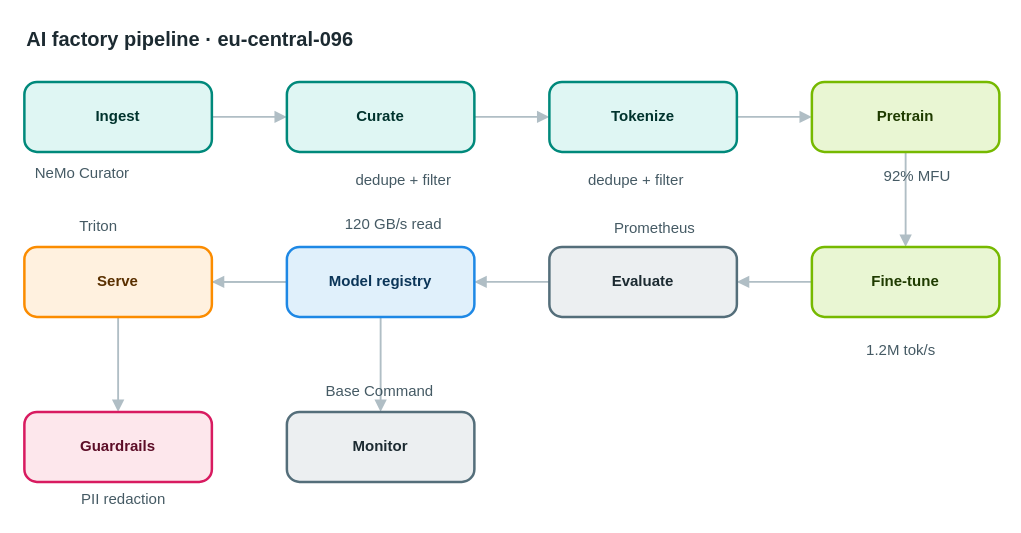
Earlier version of the draw.io diagram apps/web/public/samples/library/096-ai-factory-pipeline.drawio (AryanG01/open-apprentice). Source tidied: cells renumbered, new cells numbered last; positions are measured from the earlier drawing's top-left corner, leaving out a move shared by most shapes. Both pictures are drawn from the tidied source at 125%, with x=0, y=0 at pixel (21, 21).
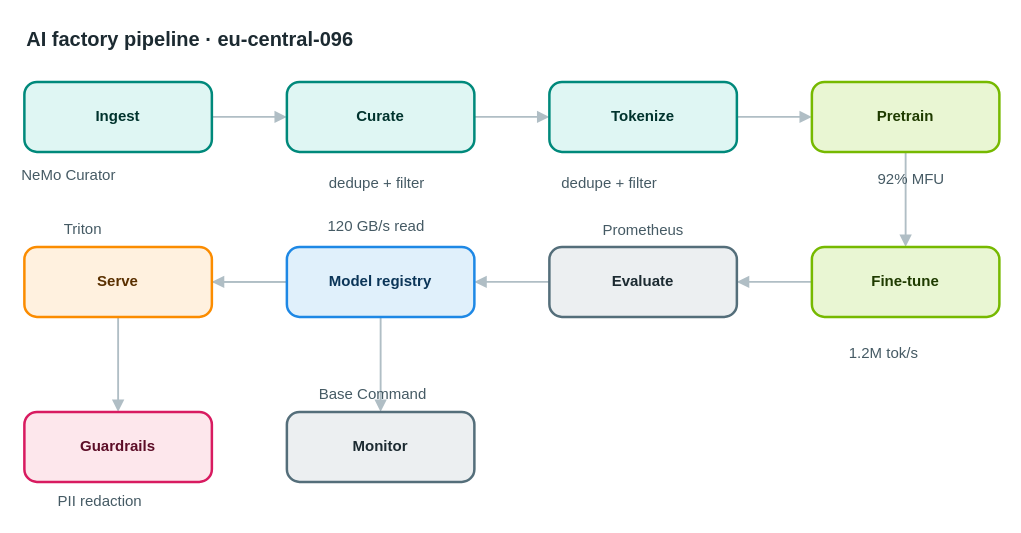
After the change.

What changed in the source:
```diff
@@
-    <mxCell id="22" value="NeMo Curator" style="text;html=1;align=center;verticalAlign=middle;whiteSpace=nowrap;strokeColor=none;fillColor=none;fontSize=12;fontColor=#455a64;" parent="1" vertex="1">
+    <mxCell id="22" value="NeMo Curator" style="text;html=1;align=left;verticalAlign=top;whiteSpace=nowrap;spacing=0;spacingTop=0;strokeColor=none;fillColor=none;fontSize=12;fontColor=#455a64;" parent="1" vertex="1">
       <mxGeometry y="111" width="96" height="20" as="geometry" />
     </mxCell>
-    <mxCell id="23" value="dedupe + filter" style="text;html=1;align=center;verticalAlign=middle;whiteSpace=nowrap;strokeColor=none;fillColor=none;fontSize=12;fontColor=#455a64;" parent="1" vertex="1">
+    <mxCell id="23" value="dedupe + filter" style="text;html=1;align=left;verticalAlign=top;whiteSpace=nowrap;spacing=0;spacingTop=0;strokeColor=none;fillColor=none;fontSize=12;fontColor=#455a64;" parent="1" vertex="1">
       <mxGeometry x="246" y="117" width="117" height="20" as="geometry" />
     </mxCell>
-    <mxCell id="24" value="dedupe + filter" style="text;html=1;align=center;verticalAlign=middle;whiteSpace=nowrap;strokeColor=none;fillColor=none;fontSize=12;fontColor=#455a64;" parent="1" vertex="1">
+    <mxCell id="24" value="dedupe + filter" style="text;html=1;align=left;verticalAlign=top;whiteSpace=nowrap;spacing=0;spacingTop=0;strokeColor=none;fillColor=none;fontSize=12;fontColor=#455a64;" parent="1" vertex="1">
       <mxGeometry x="432" y="117" width="117" height="20" as="geometry" />
     </mxCell>
-    <mxCell id="25" value="92% MFU" style="text;html=1;align=center;verticalAlign=middle;whiteSpace=nowrap;strokeColor=none;fillColor=none;fontSize=12;fontColor=#455a64;" parent="1" vertex="1">
+    <mxCell id="25" value="92% MFU" style="text;html=1;align=left;verticalAlign=top;whiteSpace=nowrap;spacing=0;spacingTop=0;strokeColor=none;fillColor=none;fontSize=12;fontColor=#455a64;" parent="1" vertex="1">
       <mxGeometry x="685" y="114" width="61" height="20" as="geometry" />
     </mxCell>
-    <mxCell id="26" value="1.2M tok/s" style="text;html=1;align=center;verticalAlign=middle;whiteSpace=nowrap;strokeColor=none;fillColor=none;fontSize=12;fontColor=#455a64;" parent="1" vertex="1">
+    <mxCell id="26" value="1.2M tok/s" style="text;html=1;align=left;verticalAlign=top;whiteSpace=nowrap;spacing=0;spacingTop=0;strokeColor=none;fillColor=none;fontSize=12;fontColor=#455a64;" parent="1" vertex="1">
       <mxGeometry x="662" y="253" width="82" height="20" as="geometry" />
     </mxCell>
-    <mxCell id="27" value="Prometheus" style="text;html=1;align=center;verticalAlign=middle;whiteSpace=nowrap;strokeColor=none;fillColor=none;fontSize=12;fontColor=#455a64;" parent="1" vertex="1">
+    <mxCell id="27" value="Prometheus" style="text;html=1;align=left;verticalAlign=top;whiteSpace=nowrap;spacing=0;spacingTop=0;strokeColor=none;fillColor=none;fontSize=12;fontColor=#455a64;" parent="1" vertex="1">
       <mxGeometry x="465" y="155" width="82" height="20" as="geometry" />
     </mxCell>
-    <mxCell id="28" value="120 GB/s read" style="text;html=1;align=center;verticalAlign=middle;whiteSpace=nowrap;strokeColor=none;fillColor=none;fontSize=12;fontColor=#455a64;" parent="1" vertex="1">
+    <mxCell id="28" value="120 GB/s read" style="text;html=1;align=left;verticalAlign=top;whiteSpace=nowrap;spacing=0;spacingTop=0;strokeColor=none;fillColor=none;fontSize=12;fontColor=#455a64;" parent="1" vertex="1">
       <mxGeometry x="245" y="152" width="103" height="20" as="geometry" />
     </mxCell>
-    <mxCell id="29" value="Triton" style="text;html=1;align=center;verticalAlign=middle;whiteSpace=nowrap;strokeColor=none;fillColor=none;fontSize=12;fontColor=#455a64;" parent="1" vertex="1">
+    <mxCell id="29" value="Triton" style="text;html=1;align=left;verticalAlign=top;whiteSpace=nowrap;spacing=0;spacingTop=0;strokeColor=none;fillColor=none;fontSize=12;fontColor=#455a64;" parent="1" vertex="1">
       <mxGeometry x="34" y="154" width="54" height="20" as="geometry" />
     </mxCell>
-    <mxCell id="30" value="PII redaction" style="text;html=1;align=center;verticalAlign=middle;whiteSpace=nowrap;strokeColor=none;fillColor=none;fontSize=12;fontColor=#455a64;" parent="1" vertex="1">
+    <mxCell id="30" value="PII redaction" style="text;html=1;align=left;verticalAlign=top;whiteSpace=nowrap;spacing=0;spacingTop=0;strokeColor=none;fillColor=none;fontSize=12;fontColor=#455a64;" parent="1" vertex="1">
       <mxGeometry x="29" y="372" width="103" height="20" as="geometry" />
     </mxCell>
-    <mxCell id="31" value="Base Command" style="text;html=1;align=center;verticalAlign=middle;whiteSpace=nowrap;strokeColor=none;fillColor=none;fontSize=12;fontColor=#455a64;" parent="1" vertex="1">
+    <mxCell id="31" value="Base Command" style="text;html=1;align=left;verticalAlign=top;whiteSpace=nowrap;spacing=0;spacingTop=0;strokeColor=none;fillColor=none;fontSize=12;fontColor=#455a64;" parent="1" vertex="1">
       <mxGeometry x="238" y="286" width="96" height="20" as="geometry" />
     </mxCell>
```
